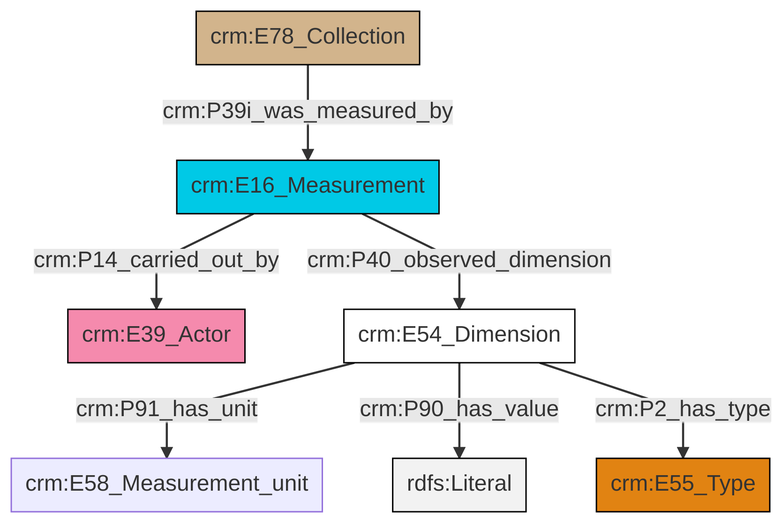
The Mermaid diagram et/archivalCSV/ttl/mmd/png/archival_substance.png in swiss-art-research-net/docs.swissartresearch, before a commit. Its source is kept beside it as et/archivalCSV/ttl/mmd/archival_substance.ttl.mmd.
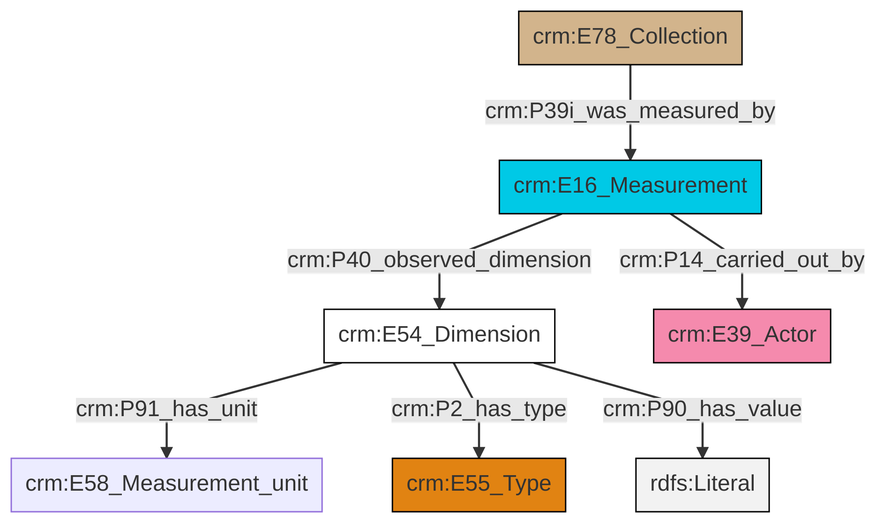
After the commit.

Change to the diagram source:
```diff
@@ -13,9 +13,9 @@
 classDef PC_Classes fill:#4ce600, stroke:#000000;
 classDef Multi fill:#cccccc,stroke:#000000;
 
-0["crm:E16_Measurement"]:::Temporal_Entity -->|crm:P14_carried_out_by| 1["crm:E39_Actor"]:::Actor
-0["crm:E16_Measurement"]:::Temporal_Entity -->|crm:P40_observed_dimension| 3["crm:E54_Dimension"]:::CRM_Entity
-3["crm:E54_Dimension"]:::CRM_Entity -->|crm:P91_has_unit| 5["crm:E58_Measurement_unit"]:::Default
-3["crm:E54_Dimension"]:::CRM_Entity -->|crm:P90_has_value| 7[rdfs:Literal]:::Literal
-8["crm:E78_Collection"]:::Physical_Thing -->|crm:P39i_was_measured_by| 0["crm:E16_Measurement"]:::Temporal_Entity
-3["crm:E54_Dimension"]:::CRM_Entity -->|crm:P2_has_type| 10["crm:E55_Type"]:::Type
+0["crm:E54_Dimension"]:::CRM_Entity -->|crm:P91_has_unit| 1["crm:E58_Measurement_unit"]:::Default
+0["crm:E54_Dimension"]:::CRM_Entity -->|crm:P2_has_type| 3["crm:E55_Type"]:::Type
+0["crm:E54_Dimension"]:::CRM_Entity -->|crm:P90_has_value| 7[rdfs:Literal]:::Literal
+5["crm:E16_Measurement"]:::Temporal_Entity -->|crm:P14_carried_out_by| 8["crm:E39_Actor"]:::Actor
+10["crm:E78_Collection"]:::Physical_Thing -->|crm:P39i_was_measured_by| 5["crm:E16_Measurement"]:::Temporal_Entity
+5["crm:E16_Measurement"]:::Temporal_Entity -->|crm:P40_observed_dimension| 0["crm:E54_Dimension"]:::CRM_Entity
```
